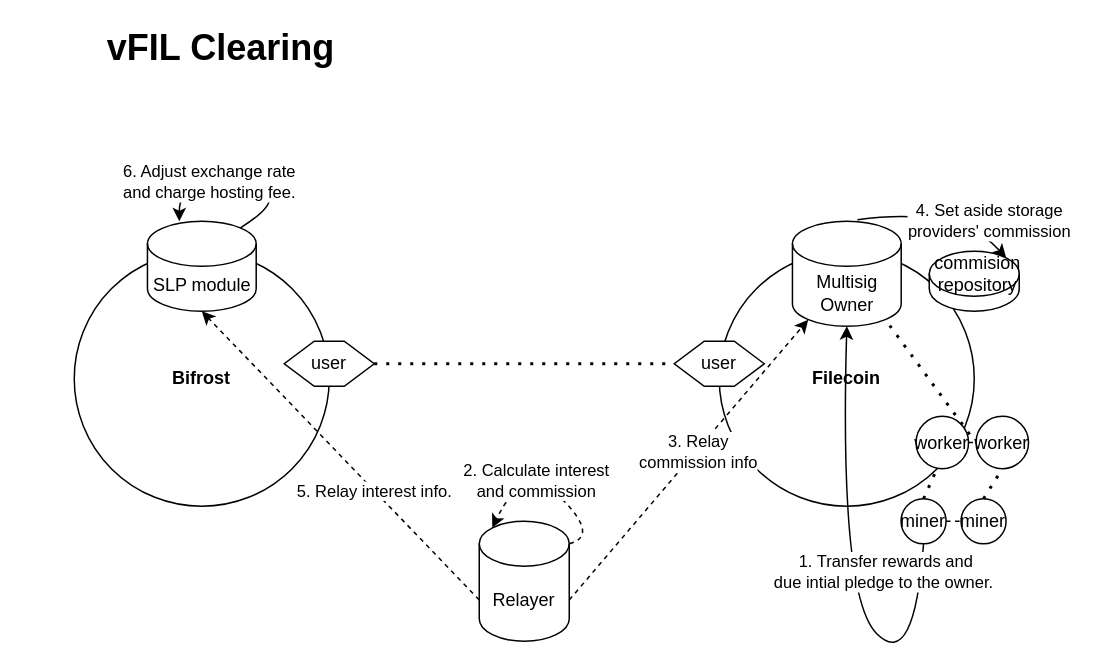
Above: vfil-clearing-multisig-v1.drawio in herryho/flowchars (draw.io), before the change. Source tidied: cells renumbered, new cells numbered last; positions are measured from the earlier drawing's top-left corner, leaving out a move shared by most shapes. Both pictures are drawn from the tidied source at 150%, with x=0, y=0 at pixel (26, 26).
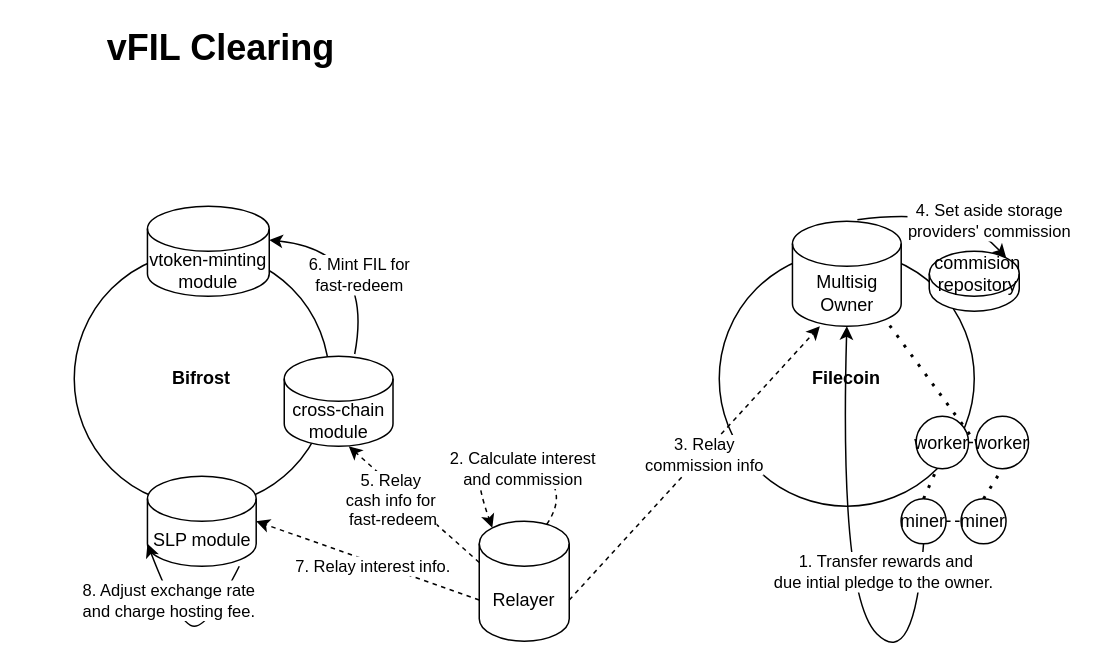
The same page after the edit.

The change refers to these unchanged cells:
```xml
<mxCell id="7" value="Multisig&lt;br&gt;Owner" style="shape=cylinder3;whiteSpace=wrap;html=1;boundedLbl=1;backgroundOutline=1;size=15;" parent="1" vertex="1">
  <mxGeometry x="510.8" y="130" width="72.5" height="70" as="geometry" />
</mxCell>
<mxCell id="10" value="Relayer" style="shape=cylinder3;whiteSpace=wrap;html=1;boundedLbl=1;backgroundOutline=1;size=15;" parent="1" vertex="1">
  <mxGeometry x="302" y="330" width="60" height="80" as="geometry" />
</mxCell>
```

Change to the diagram source:
```diff
@@
-    <mxCell id="4" value="user" style="shape=hexagon;perimeter=hexagonPerimeter2;whiteSpace=wrap;html=1;fixedSize=1;" parent="1" vertex="1">
-      <mxGeometry x="172" y="210" width="60" height="30" as="geometry" />
-    </mxCell>
-    <mxCell id="5" value="user" style="shape=hexagon;perimeter=hexagonPerimeter2;whiteSpace=wrap;html=1;fixedSize=1;" parent="1" vertex="1">
-      <mxGeometry x="432" y="210" width="60" height="30" as="geometry" />
-    </mxCell>
-    <mxCell id="6" style="endArrow=none;dashed=1;html=1;dashPattern=1 3;strokeWidth=2;rounded=0;exitX=1;exitY=0.5;exitDx=0;exitDy=0;entryX=0;entryY=0.5;entryDx=0;entryDy=0;" parent="1" edge="1" source="4" target="5">
-      <mxGeometry relative="1" as="geometry" />
-    </mxCell>
@@
     <mxCell id="9" value="SLP module" style="shape=cylinder3;whiteSpace=wrap;html=1;boundedLbl=1;backgroundOutline=1;size=15;" parent="1" vertex="1">
-      <mxGeometry x="80.8" y="130" width="72.5" height="60" as="geometry" />
+      <mxGeometry x="80.8" y="300" width="72.5" height="60" as="geometry" />
     </mxCell>
@@
-    <mxCell id="14" style="endArrow=classic;html=1;rounded=0;dashed=1;entryX=0.5;entryY=1;entryDx=0;entryDy=0;entryPerimeter=0;exitX=0;exitY=0;exitDx=0;exitDy=52.5;exitPerimeter=0;" parent="1" edge="1" source="10" target="9">
+    <mxCell id="14" style="endArrow=classic;html=1;rounded=0;dashed=1;entryX=1;entryY=0.5;entryDx=0;entryDy=0;entryPerimeter=0;exitX=0;exitY=0;exitDx=0;exitDy=52.5;exitPerimeter=0;" parent="1" edge="1" source="10" target="9">
       <mxGeometry relative="1" as="geometry" />
     </mxCell>
-    <mxCell id="15" value="5. Relay interest info." style="edgeLabel;html=1;align=center;verticalAlign=middle;" parent="14" vertex="1">
+    <mxCell id="15" value="7. Relay interest info." style="edgeLabel;html=1;align=center;verticalAlign=middle;" parent="14" vertex="1">
       <mxGeometry x="-0.13" y="1" relative="1" as="geometry">
-        <mxPoint x="11" y="10" as="offset" />
+        <mxPoint x="-6" y="-1" as="offset" />
       </mxGeometry>
     </mxCell>
@@
-    <mxCell id="21" style="curved=1;endArrow=classic;html=1;rounded=0;exitX=0.855;exitY=0;exitDx=0;exitDy=4.35;exitPerimeter=0;entryX=0.293;entryY=0;entryDx=0;entryDy=0;entryPerimeter=0;" parent="1" edge="1" source="9" target="9">
+    <mxCell id="21" style="curved=1;endArrow=classic;html=1;rounded=0;entryX=0;entryY=1;entryDx=0;entryDy=-15;entryPerimeter=0;" parent="1" edge="1" target="9">
       <mxGeometry relative="1" as="geometry">
+        <mxPoint x="142" y="360" as="sourcePoint" />
         <Array as="points">
-          <mxPoint x="182" y="110" />
-          <mxPoint x="102" y="100" />
+          <mxPoint x="122" y="400" />
+          <mxPoint x="102" y="400" />
         </Array>
       </mxGeometry>
     </mxCell>
-    <mxCell id="22" value="6. Adjust exchange rate &lt;br&gt;and charge hosting fee." style="edgeLabel;html=1;align=center;verticalAlign=middle;" parent="21" vertex="1">
+    <mxCell id="22" value="8. Adjust exchange rate &lt;br&gt;and charge hosting fee." style="edgeLabel;html=1;align=center;verticalAlign=middle;" parent="21" vertex="1">
       <mxGeometry x="0.36" y="1" relative="1" as="geometry" />
     </mxCell>
@@
-    <mxCell id="30" style="curved=1;endArrow=classic;html=1;rounded=0;exitX=1;exitY=0;exitDx=0;exitDy=15;exitPerimeter=0;entryX=0.145;entryY=0;entryDx=0;entryDy=4.35;entryPerimeter=0;dashed=1;" parent="1" edge="1" source="10" target="10">
+    <mxCell id="30" style="curved=1;endArrow=classic;html=1;rounded=0;exitX=0.75;exitY=0.025;exitDx=0;exitDy=0;exitPerimeter=0;entryX=0.145;entryY=0;entryDx=0;entryDy=4.35;entryPerimeter=0;dashed=1;" parent="1" edge="1" source="10" target="10">
       <mxGeometry relative="1" as="geometry">
         <Array as="points">
-          <mxPoint x="382" y="340" />
+          <mxPoint x="362" y="310" />
+          <mxPoint x="322" y="280" />
           <mxPoint x="332" y="290" />
+          <mxPoint x="302" y="290" />
+          <mxPoint x="302" y="310" />
         </Array>
       </mxGeometry>
     </mxCell>
@@
-    <mxCell id="32" style="endArrow=classic;html=1;rounded=0;exitX=1;exitY=0;exitDx=0;exitDy=52.5;exitPerimeter=0;entryX=0.145;entryY=1;entryDx=0;entryDy=-4.35;entryPerimeter=0;dashed=1;" parent="1" edge="1" source="10" target="7">
+    <mxCell id="32" style="endArrow=classic;html=1;rounded=0;entryX=0.252;entryY=1;entryDx=0;entryDy=0;entryPerimeter=0;dashed=1;exitX=1;exitY=0;exitDx=0;exitDy=52.5;exitPerimeter=0;" parent="1" edge="1" source="10" target="7">
       <mxGeometry relative="1" as="geometry" />
     </mxCell>
@@
+    <mxCell id="34" value="cross-chain module" style="shape=cylinder3;whiteSpace=wrap;html=1;boundedLbl=1;backgroundOutline=1;size=15;" parent="1" vertex="1">
+      <mxGeometry x="172" y="220" width="72.5" height="60" as="geometry" />
+    </mxCell>
+    <mxCell id="35" value="vtoken-minting module" style="shape=cylinder3;whiteSpace=wrap;html=1;boundedLbl=1;backgroundOutline=1;size=15;" parent="1" vertex="1">
+      <mxGeometry x="80.8" y="120" width="81.2" height="60" as="geometry" />
+    </mxCell>
+    <mxCell id="36" style="curved=1;endArrow=classic;html=1;rounded=0;exitX=0.648;exitY=-0.025;exitDx=0;exitDy=0;exitPerimeter=0;entryX=1;entryY=0;entryDx=0;entryDy=22.5;entryPerimeter=0;" parent="1" edge="1" source="34" target="35">
+      <mxGeometry relative="1" as="geometry">
+        <Array as="points">
+          <mxPoint x="232" y="150" />
+        </Array>
+      </mxGeometry>
+    </mxCell>
+    <mxCell id="37" value="6. Mint FIL for &lt;br&gt;fast-redeem" style="edgeLabel;html=1;align=center;verticalAlign=middle;" parent="36" vertex="1">
+      <mxGeometry x="0.35" y="11" relative="1" as="geometry">
+        <mxPoint x="16" y="7" as="offset" />
+      </mxGeometry>
+    </mxCell>
+    <mxCell id="38" style="endArrow=classic;html=1;rounded=0;exitX=0;exitY=0;exitDx=0;exitDy=27.5;exitPerimeter=0;entryX=0.593;entryY=1;entryDx=0;entryDy=0;entryPerimeter=0;dashed=1;" parent="1" edge="1" source="10" target="34">
+      <mxGeometry relative="1" as="geometry" />
+    </mxCell>
+    <mxCell id="39" value="5. Relay&lt;br&gt;cash info for&lt;br&gt;&amp;nbsp;fast-redeem" style="edgeLabel;html=1;align=center;verticalAlign=middle;" parent="38" vertex="1">
+      <mxGeometry x="0.17" relative="1" as="geometry">
+        <mxPoint x="-9" y="3" as="offset" />
+      </mxGeometry>
+    </mxCell>
```
